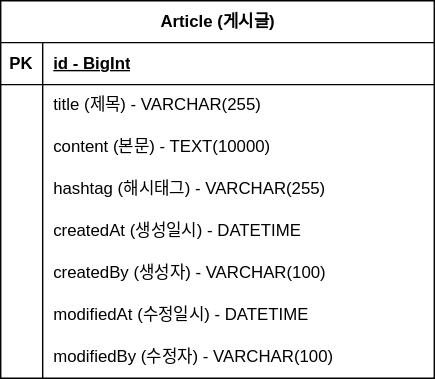
arrilab/practice-board keeps this draw.io diagram as document/erd.svg. Above is the earlier version. Source tidied: cells renumbered, new cells last; positions are measured from the earlier drawing's top-left corner, leaving out a move shared by most shapes.
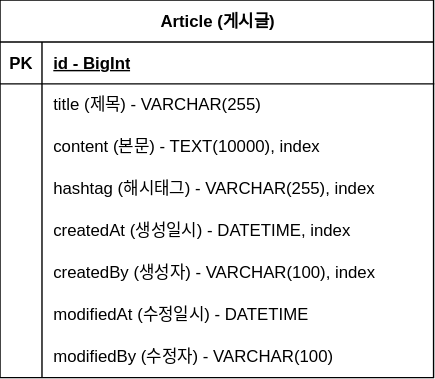
The same diagram one commit later.

Commit message:
doc: #10-erd 컬럼에 인덱스 표기

Change to the diagram source:
```diff
@@ -20,7 +20,7 @@
     <mxCell id="7" style="shape=partialRectangle;fillColor=none;top=0;left=0;bottom=0;right=0;overflow=hidden;whiteSpace=wrap;html=1;" parent="6" vertex="1">
       <mxGeometry width="30" height="30" as="geometry" />
     </mxCell>
-    <mxCell id="8" value="title (제목) - VARCHAR(255)" style="shape=partialRectangle;fillColor=none;top=0;left=0;bottom=0;right=0;align=left;spacingLeft=6;overflow=hidden;whiteSpace=wrap;html=1;" parent="6" vertex="1">
+    <mxCell id="8" value="title (제목) - VARCHAR(255)" style="shape=partialRectangle;fillColor=none;top=0;left=0;bottom=0;right=0;align=left;spacingLeft=6;overflow=hidden;whiteSpace=wrap;html=1;strokeColor=default;noLabel=0;" parent="6" vertex="1">
       <mxGeometry x="30" width="280" height="30" as="geometry" />
     </mxCell>
     <mxCell id="9" style="shape=tableRow;horizontal=0;startSize=0;swimlaneHead=0;swimlaneBody=0;fillColor=none;top=0;left=0;right=0;bottom=0;" parent="2" vertex="1">
@@ -29,7 +29,7 @@
     <mxCell id="10" style="shape=partialRectangle;fillColor=none;top=0;left=0;bottom=0;right=0;overflow=hidden;whiteSpace=wrap;html=1;" parent="9" vertex="1">
       <mxGeometry width="30" height="30" as="geometry" />
     </mxCell>
-    <mxCell id="11" value="content (본문) - TEXT(10000)" style="shape=partialRectangle;fillColor=none;top=0;left=0;bottom=0;right=0;align=left;spacingLeft=6;overflow=hidden;whiteSpace=wrap;html=1;" parent="9" vertex="1">
+    <mxCell id="11" value="content (본문) - TEXT(10000), index" style="shape=partialRectangle;fillColor=none;top=0;left=0;bottom=0;right=0;align=left;spacingLeft=6;overflow=hidden;whiteSpace=wrap;html=1;" parent="9" vertex="1">
       <mxGeometry x="30" width="280" height="30" as="geometry" />
     </mxCell>
     <mxCell id="12" style="shape=tableRow;horizontal=0;startSize=0;swimlaneHead=0;swimlaneBody=0;fillColor=none;top=0;left=0;right=0;bottom=0;" parent="2" vertex="1">
@@ -38,7 +38,7 @@
     <mxCell id="13" style="shape=partialRectangle;fillColor=none;top=0;left=0;bottom=0;right=0;overflow=hidden;whiteSpace=wrap;html=1;" parent="12" vertex="1">
       <mxGeometry width="30" height="30" as="geometry" />
     </mxCell>
-    <mxCell id="14" value="&lt;span style=&quot;&quot; class=&quot;notion-enable-hover&quot;&gt;hashtag (해시태그) -&amp;nbsp;&lt;/span&gt;VARCHAR(255)" style="shape=partialRectangle;fillColor=none;top=0;left=0;bottom=0;right=0;align=left;spacingLeft=6;overflow=hidden;whiteSpace=wrap;html=1;" parent="12" vertex="1">
+    <mxCell id="14" value="&lt;span style=&quot;&quot; class=&quot;notion-enable-hover&quot;&gt;hashtag (해시태그) -&amp;nbsp;&lt;/span&gt;VARCHAR(255), index" style="shape=partialRectangle;fillColor=none;top=0;left=0;bottom=0;right=0;align=left;spacingLeft=6;overflow=hidden;whiteSpace=wrap;html=1;" parent="12" vertex="1">
       <mxGeometry x="30" width="280" height="30" as="geometry" />
     </mxCell>
     <mxCell id="15" style="shape=tableRow;horizontal=0;startSize=0;swimlaneHead=0;swimlaneBody=0;fillColor=none;top=0;left=0;right=0;bottom=0;" parent="2" vertex="1">
@@ -47,7 +47,7 @@
     <mxCell id="16" style="shape=partialRectangle;fillColor=none;top=0;left=0;bottom=0;right=0;overflow=hidden;whiteSpace=wrap;html=1;" parent="15" vertex="1">
       <mxGeometry width="30" height="30" as="geometry" />
     </mxCell>
-    <mxCell id="17" value="createdAt (생성일시) - DATETIME" style="shape=partialRectangle;fillColor=none;top=0;left=0;bottom=0;right=0;align=left;spacingLeft=6;overflow=hidden;whiteSpace=wrap;html=1;" parent="15" vertex="1">
+    <mxCell id="17" value="createdAt (생성일시) - DATETIME, index" style="shape=partialRectangle;fillColor=none;top=0;left=0;bottom=0;right=0;align=left;spacingLeft=6;overflow=hidden;whiteSpace=wrap;html=1;" parent="15" vertex="1">
       <mxGeometry x="30" width="280" height="30" as="geometry" />
     </mxCell>
     <mxCell id="18" style="shape=tableRow;horizontal=0;startSize=0;swimlaneHead=0;swimlaneBody=0;fillColor=none;top=0;left=0;right=0;bottom=0;" parent="2" vertex="1">
@@ -56,7 +56,7 @@
     <mxCell id="19" style="shape=partialRectangle;fillColor=none;top=0;left=0;bottom=0;right=0;overflow=hidden;whiteSpace=wrap;html=1;" parent="18" vertex="1">
       <mxGeometry width="30" height="30" as="geometry" />
     </mxCell>
-    <mxCell id="20" value="createdBy (생성자) - VARCHAR(100)" style="shape=partialRectangle;fillColor=none;top=0;left=0;bottom=0;right=0;align=left;spacingLeft=6;overflow=hidden;whiteSpace=wrap;html=1;" parent="18" vertex="1">
+    <mxCell id="20" value="createdBy (생성자) - VARCHAR(100), index" style="shape=partialRectangle;fillColor=none;top=0;left=0;bottom=0;right=0;align=left;spacingLeft=6;overflow=hidden;whiteSpace=wrap;html=1;" parent="18" vertex="1">
       <mxGeometry x="30" width="280" height="30" as="geometry" />
     </mxCell>
     <mxCell id="21" style="shape=tableRow;horizontal=0;startSize=0;swimlaneHead=0;swimlaneBody=0;fillColor=none;top=0;left=0;right=0;bottom=0;" parent="2" vertex="1">
```
